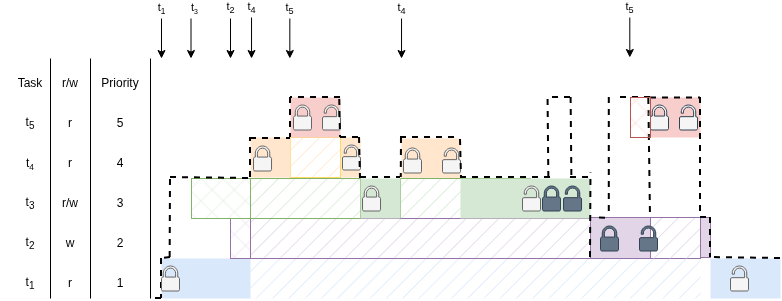
Above: rw.png in perlindgren/rw-rtic (draw.io), before the change. Source tidied: cells renumbered, new cells last; positions are measured from the earlier drawing's top-left corner, leaving out a move shared by most shapes.
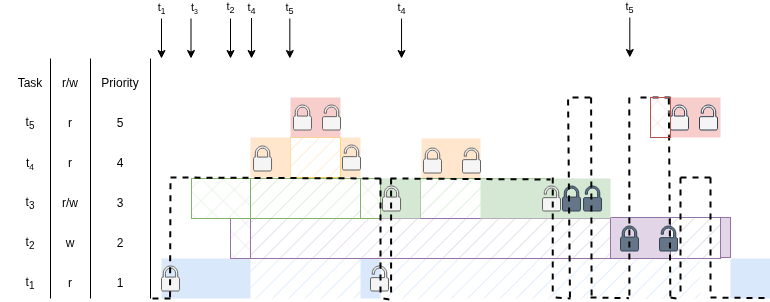
Above is the later version.

Change to the diagram source:
```diff
@@ -5,3 +5,3 @@
     <mxCell id="2" style="rounded=0;whiteSpace=wrap;html=1;fillColor=#e1d5e7;strokeColor=#9673a6;fillStyle=hatch;" parent="1" vertex="1">
-      <mxGeometry x="650" y="200" width="50" height="41" as="geometry" />
+      <mxGeometry x="670" y="200" width="50" height="41" as="geometry" />
     </mxCell>
@@ -17,9 +17,9 @@
     <mxCell id="6" style="rounded=0;whiteSpace=wrap;html=1;fillColor=#dae8fc;strokeColor=none;" parent="1" vertex="1">
-      <mxGeometry x="710" y="241" width="70" height="40" as="geometry" />
+      <mxGeometry x="360" y="241" width="20" height="40" as="geometry" />
     </mxCell>
     <mxCell id="7" style="rounded=0;whiteSpace=wrap;html=1;fillColor=#ffe6cc;strokeColor=none;" parent="1" vertex="1">
-      <mxGeometry x="401" y="121" width="59" height="40" as="geometry" />
+      <mxGeometry x="421" y="121" width="59" height="40" as="geometry" />
     </mxCell>
     <mxCell id="8" style="rounded=0;whiteSpace=wrap;html=1;fillColor=#d5e8d4;strokeColor=#82b366;fillStyle=hatch;" parent="1" vertex="1">
-      <mxGeometry x="400" y="161" width="130" height="40" as="geometry" />
+      <mxGeometry x="420" y="161" width="130" height="40" as="geometry" />
     </mxCell>
@@ -50,6 +50,6 @@
     <mxCell id="15" style="rounded=0;whiteSpace=wrap;html=1;fillColor=#e1d5e7;strokeColor=#9673a6;fillStyle=hatch;" parent="1" vertex="1">
-      <mxGeometry x="250" y="201" width="340" height="40" as="geometry" />
+      <mxGeometry x="250" y="201" width="360" height="40" as="geometry" />
     </mxCell>
     <mxCell id="16" style="rounded=0;whiteSpace=wrap;html=1;fillColor=#e1d5e7;strokeColor=#9673a6;" parent="1" vertex="1">
-      <mxGeometry x="590" y="200" width="60" height="41" as="geometry" />
+      <mxGeometry x="610" y="200" width="60" height="41" as="geometry" />
     </mxCell>
@@ -178,10 +178,5 @@
     </mxCell>
-    <mxCell id="47" style="endArrow=none;html=1;rounded=0;exitX=0.333;exitY=0;exitDx=0;exitDy=0;exitPerimeter=0;strokeWidth=2;dashed=1;" parent="1" edge="1">
-      <mxGeometry relative="1" as="geometry">
-        <mxPoint x="169.7" y="240" as="sourcePoint" />
-        <mxPoint x="170" y="160" as="targetPoint" />
-      </mxGeometry>
-    </mxCell>
-    <mxCell id="48" style="endArrow=none;html=1;rounded=0;exitX=0;exitY=1;exitDx=0;exitDy=0;strokeWidth=2;dashed=1;" parent="1" edge="1" source="10">
+    <mxCell id="48" style="endArrow=none;html=1;rounded=0;strokeWidth=2;dashed=1;" parent="1" edge="1">
       <mxGeometry relative="1" as="geometry">
+        <mxPoint x="170" y="281" as="sourcePoint" />
         <mxPoint x="151" y="281" as="targetPoint" />
@@ -189,12 +184,2 @@
     </mxCell>
-    <mxCell id="49" style="endArrow=none;html=1;rounded=0;exitX=0;exitY=0;exitDx=0;exitDy=0;strokeWidth=2;dashed=1;" parent="1" edge="1" source="10">
-      <mxGeometry relative="1" as="geometry">
-        <mxPoint x="161" y="281" as="targetPoint" />
-      </mxGeometry>
-    </mxCell>
-    <mxCell id="50" style="endArrow=none;html=1;rounded=0;strokeWidth=2;dashed=1;entryX=0;entryY=0;entryDx=0;entryDy=0;" parent="1" edge="1" target="10">
-      <mxGeometry relative="1" as="geometry">
-        <mxPoint x="170" y="240" as="sourcePoint" />
-      </mxGeometry>
-    </mxCell>
     <mxCell id="51" style="sketch=0;shadow=0;dashed=0;html=1;strokeColor=#666666;labelPosition=center;verticalLabelPosition=bottom;verticalAlign=top;align=center;shape=mxgraph.office.security.lock_protected;fillColor=#f5f5f5;fontColor=#333333;strokeWidth=1;" parent="1" vertex="1">
@@ -223,6 +208,6 @@
     <mxCell id="57" style="rounded=0;whiteSpace=wrap;html=1;fillColor=#d5e8d4;strokeColor=none;fillStyle=solid;" parent="1" vertex="1">
-      <mxGeometry x="360" y="161" width="40" height="40" as="geometry" />
+      <mxGeometry x="380" y="161" width="40" height="40" as="geometry" />
     </mxCell>
     <mxCell id="58" style="sketch=0;shadow=0;dashed=0;html=1;strokeColor=#666666;labelPosition=center;verticalLabelPosition=bottom;verticalAlign=top;align=center;shape=mxgraph.office.security.lock_protected;fillColor=#f5f5f5;fontColor=#333333;strokeWidth=1;" parent="1" vertex="1">
-      <mxGeometry x="362" y="168.5" width="18" height="25" as="geometry" />
+      <mxGeometry x="382" y="168.5" width="18" height="25" as="geometry" />
     </mxCell>
@@ -235,80 +220,24 @@
     <mxCell id="61" style="rounded=0;whiteSpace=wrap;html=1;fillColor=#d5e8d4;strokeColor=none;fillStyle=solid;" parent="1" vertex="1">
-      <mxGeometry x="460" y="161" width="130" height="40" as="geometry" />
+      <mxGeometry x="480" y="161" width="130" height="40" as="geometry" />
     </mxCell>
     <mxCell id="62" style="sketch=0;shadow=0;dashed=0;html=1;strokeColor=#314354;labelPosition=center;verticalLabelPosition=bottom;verticalAlign=top;align=center;shape=mxgraph.office.security.lock_protected;fillColor=#647687;fontColor=#ffffff;" parent="1" vertex="1">
-      <mxGeometry x="542" y="168.5" width="18" height="25" as="geometry" />
+      <mxGeometry x="562" y="168.5" width="18" height="25" as="geometry" />
     </mxCell>
     <mxCell id="63" style="sketch=0;shadow=0;dashed=0;html=1;strokeColor=#314354;labelPosition=center;verticalLabelPosition=bottom;verticalAlign=top;align=center;shape=mxgraph.office.security.lock_unprotected;fillColor=#647687;fontColor=#ffffff;" parent="1" vertex="1">
-      <mxGeometry x="639" y="208.5" width="18" height="25" as="geometry" />
+      <mxGeometry x="659" y="208.5" width="18" height="25" as="geometry" />
     </mxCell>
     <mxCell id="64" style="sketch=0;shadow=0;dashed=0;html=1;strokeColor=#314354;labelPosition=center;verticalLabelPosition=bottom;verticalAlign=top;align=center;shape=mxgraph.office.security.lock_protected;fillColor=#647687;fontColor=#ffffff;" parent="1" vertex="1">
-      <mxGeometry x="600" y="208.5" width="18" height="25" as="geometry" />
+      <mxGeometry x="620" y="208.5" width="18" height="25" as="geometry" />
     </mxCell>
-    <mxCell id="65" style="endArrow=none;html=1;rounded=0;strokeWidth=2;dashed=1;entryX=0;entryY=0;entryDx=0;entryDy=0;" parent="1" edge="1">
-      <mxGeometry relative="1" as="geometry">
-        <mxPoint x="401" y="120" as="sourcePoint" />
-        <mxPoint x="400.8" y="160" as="targetPoint" />
-      </mxGeometry>
-    </mxCell>
     <mxCell id="66" style="sketch=0;shadow=0;dashed=0;html=1;strokeColor=#666666;labelPosition=center;verticalLabelPosition=bottom;verticalAlign=top;align=center;shape=mxgraph.office.security.lock_unprotected;fillColor=#f5f5f5;fontColor=#333333;strokeWidth=1;" parent="1" vertex="1">
-      <mxGeometry x="442" y="130.5" width="18" height="25" as="geometry" />
+      <mxGeometry x="462" y="130.5" width="18" height="25" as="geometry" />
     </mxCell>
     <mxCell id="67" style="sketch=0;shadow=0;dashed=0;html=1;strokeColor=#666666;labelPosition=center;verticalLabelPosition=bottom;verticalAlign=top;align=center;shape=mxgraph.office.security.lock_protected;fillColor=#f5f5f5;fontColor=#333333;strokeWidth=1;" parent="1" vertex="1">
-      <mxGeometry x="403" y="130.5" width="18" height="25" as="geometry" />
+      <mxGeometry x="423" y="130.5" width="18" height="25" as="geometry" />
     </mxCell>
-    <mxCell id="68" style="endArrow=none;html=1;rounded=0;strokeWidth=2;dashed=1;" parent="1" edge="1">
-      <mxGeometry relative="1" as="geometry">
-        <mxPoint x="250" y="160" as="sourcePoint" />
-        <mxPoint x="250" y="120" as="targetPoint" />
-      </mxGeometry>
-    </mxCell>
-    <mxCell id="69" style="endArrow=none;html=1;rounded=0;strokeWidth=2;dashed=1;" parent="1" edge="1">
-      <mxGeometry relative="1" as="geometry">
-        <mxPoint x="250" y="121" as="sourcePoint" />
-        <mxPoint x="290" y="121" as="targetPoint" />
-      </mxGeometry>
-    </mxCell>
-    <mxCell id="70" style="endArrow=none;html=1;rounded=0;strokeWidth=2;dashed=1;" parent="1" edge="1">
-      <mxGeometry relative="1" as="geometry">
-        <mxPoint x="400" y="120" as="sourcePoint" />
-        <mxPoint x="460" y="120" as="targetPoint" />
-      </mxGeometry>
-    </mxCell>
-    <mxCell id="71" style="endArrow=none;html=1;rounded=0;strokeWidth=2;dashed=1;exitX=1;exitY=0;exitDx=0;exitDy=0;entryX=0;entryY=0;entryDx=0;entryDy=0;" parent="1" edge="1" source="14" target="14">
-      <mxGeometry relative="1" as="geometry" />
-    </mxCell>
-    <mxCell id="72" style="endArrow=none;html=1;rounded=0;strokeWidth=2;dashed=1;" parent="1" edge="1">
-      <mxGeometry relative="1" as="geometry">
-        <mxPoint x="460" y="160" as="sourcePoint" />
-        <mxPoint x="550" y="160" as="targetPoint" />
-      </mxGeometry>
-    </mxCell>
-    <mxCell id="73" style="endArrow=none;html=1;rounded=0;strokeWidth=2;dashed=1;entryX=0;entryY=0;entryDx=0;entryDy=0;" parent="1" edge="1" target="4">
-      <mxGeometry relative="1" as="geometry">
-        <mxPoint x="339.2" y="82" as="sourcePoint" />
-      </mxGeometry>
-    </mxCell>
     <mxCell id="74" style="sketch=0;shadow=0;dashed=0;html=1;strokeColor=#666666;labelPosition=center;verticalLabelPosition=bottom;verticalAlign=top;align=center;shape=mxgraph.office.security.lock_unprotected;fillColor=#f5f5f5;fontColor=#333333;strokeWidth=1;" parent="1" vertex="1">
-      <mxGeometry x="522" y="168.5" width="18" height="25" as="geometry" />
+      <mxGeometry x="542" y="168.5" width="18" height="25" as="geometry" />
     </mxCell>
-    <mxCell id="75" style="endArrow=none;html=1;rounded=0;strokeWidth=2;dashed=1;" parent="1" edge="1">
-      <mxGeometry relative="1" as="geometry">
-        <mxPoint x="460" y="122" as="sourcePoint" />
-        <mxPoint x="461" y="160" as="targetPoint" />
-      </mxGeometry>
-    </mxCell>
-    <mxCell id="76" style="endArrow=none;html=1;rounded=0;strokeWidth=2;dashed=1;exitX=0;exitY=0;exitDx=0;exitDy=0;" parent="1" edge="1">
-      <mxGeometry relative="1" as="geometry">
-        <mxPoint x="599" y="200.5" as="sourcePoint" />
-        <mxPoint x="610" y="201" as="targetPoint" />
-      </mxGeometry>
-    </mxCell>
-    <mxCell id="77" style="endArrow=none;html=1;rounded=0;strokeWidth=2;dashed=1;entryX=1;entryY=0;entryDx=0;entryDy=0;" parent="1" edge="1">
-      <mxGeometry relative="1" as="geometry">
-        <mxPoint x="590" y="240" as="sourcePoint" />
-        <mxPoint x="590.5" y="155.5" as="targetPoint" />
-      </mxGeometry>
-    </mxCell>
     <mxCell id="78" style="sketch=0;shadow=0;dashed=0;html=1;strokeColor=#666666;labelPosition=center;verticalLabelPosition=bottom;verticalAlign=top;align=center;shape=mxgraph.office.security.lock_unprotected;fillColor=#f5f5f5;fontColor=#333333;strokeWidth=1;" parent="1" vertex="1">
-      <mxGeometry x="730" y="248.5" width="18" height="25" as="geometry" />
+      <mxGeometry x="370" y="248.5" width="18" height="25" as="geometry" />
     </mxCell>
@@ -318,8 +247,7 @@
     <mxCell id="80" style="sketch=0;shadow=0;dashed=0;html=1;strokeColor=#314354;labelPosition=center;verticalLabelPosition=bottom;verticalAlign=top;align=center;shape=mxgraph.office.security.lock_unprotected;fillColor=#647687;fontColor=#ffffff;" parent="1" vertex="1">
-      <mxGeometry x="563" y="168.5" width="18" height="25" as="geometry" />
+      <mxGeometry x="583" y="168.5" width="18" height="25" as="geometry" />
     </mxCell>
-    <mxCell id="81" style="endArrow=none;html=1;rounded=0;strokeWidth=2;dashed=1;entryX=0;entryY=0;entryDx=0;entryDy=0;" parent="1" edge="1">
+    <mxCell id="81" style="endArrow=none;html=1;rounded=0;strokeWidth=2;dashed=1;entryX=0.71;entryY=1.033;entryDx=0;entryDy=0;entryPerimeter=0;" parent="1" edge="1" target="3">
       <mxGeometry relative="1" as="geometry">
-        <mxPoint x="547.6" y="82" as="sourcePoint" />
-        <mxPoint x="548.4" y="161" as="targetPoint" />
+        <mxPoint x="567.6" y="82" as="sourcePoint" />
       </mxGeometry>
@@ -328,22 +256,14 @@
       <mxGeometry relative="1" as="geometry">
-        <mxPoint x="570" y="80" as="sourcePoint" />
-        <mxPoint x="546" y="80" as="targetPoint" />
+        <mxPoint x="590" y="80" as="sourcePoint" />
+        <mxPoint x="566" y="80" as="targetPoint" />
       </mxGeometry>
     </mxCell>
-    <mxCell id="83" style="endArrow=none;html=1;rounded=0;strokeWidth=2;dashed=1;entryX=0;entryY=0;entryDx=0;entryDy=0;" parent="1" edge="1">
+    <mxCell id="83" style="endArrow=none;html=1;rounded=0;strokeWidth=2;dashed=1;entryX=0.758;entryY=0.965;entryDx=0;entryDy=0;entryPerimeter=0;" parent="1" edge="1" target="3">
       <mxGeometry relative="1" as="geometry">
-        <mxPoint x="570.6" y="80" as="sourcePoint" />
-        <mxPoint x="571.4" y="159" as="targetPoint" />
+        <mxPoint x="590.6" y="80" as="sourcePoint" />
       </mxGeometry>
     </mxCell>
-    <mxCell id="84" style="endArrow=none;html=1;rounded=0;strokeWidth=2;dashed=1;" parent="1" edge="1">
-      <mxGeometry relative="1" as="geometry">
-        <mxPoint x="570" y="160" as="sourcePoint" />
-        <mxPoint x="590" y="160" as="targetPoint" />
-      </mxGeometry>
-    </mxCell>
-    <mxCell id="85" style="endArrow=none;html=1;rounded=0;strokeWidth=2;dashed=1;" parent="1" edge="1">
+    <mxCell id="85" style="endArrow=none;html=1;rounded=0;strokeWidth=2;dashed=1;entryX=0.842;entryY=0.973;entryDx=0;entryDy=0;entryPerimeter=0;" parent="1" edge="1" target="3">
       <mxGeometry relative="1" as="geometry">
-        <mxPoint x="608.8" y="80" as="sourcePoint" />
-        <mxPoint x="608.8" y="200" as="targetPoint" />
+        <mxPoint x="628.8" y="80" as="sourcePoint" />
       </mxGeometry>
@@ -352,4 +272,4 @@
       <mxGeometry relative="1" as="geometry">
-        <mxPoint x="650" y="80" as="sourcePoint" />
-        <mxPoint x="618" y="80" as="targetPoint" />
+        <mxPoint x="670" y="80" as="sourcePoint" />
+        <mxPoint x="638" y="80" as="targetPoint" />
       </mxGeometry>
@@ -367,11 +287,11 @@
     </mxCell>
-    <mxCell id="89" style="endArrow=none;html=1;rounded=0;strokeWidth=2;dashed=1;exitX=1;exitY=0;exitDx=0;exitDy=0;" parent="1" edge="1" source="6">
+    <mxCell id="89" style="endArrow=none;html=1;rounded=0;strokeWidth=2;dashed=1;exitX=1;exitY=0;exitDx=0;exitDy=0;" parent="1" edge="1">
       <mxGeometry relative="1" as="geometry">
-        <mxPoint x="710" y="240" as="targetPoint" />
+        <mxPoint x="383" y="281" as="sourcePoint" />
+        <mxPoint x="389" y="282" as="targetPoint" />
       </mxGeometry>
     </mxCell>
-    <mxCell id="90" style="endArrow=none;html=1;rounded=0;strokeWidth=2;dashed=1;" parent="1" edge="1">
+    <mxCell id="90" style="endArrow=none;html=1;rounded=0;strokeWidth=2;dashed=1;entryX=0.933;entryY=0.973;entryDx=0;entryDy=0;entryPerimeter=0;" parent="1" edge="1" target="3">
       <mxGeometry relative="1" as="geometry">
-        <mxPoint x="648.3" y="81" as="sourcePoint" />
-        <mxPoint x="650" y="200" as="targetPoint" />
+        <mxPoint x="668.3" y="81" as="sourcePoint" />
       </mxGeometry>
@@ -380,4 +300,4 @@
       <mxGeometry relative="1" as="geometry">
-        <mxPoint x="650" y="200" as="sourcePoint" />
-        <mxPoint x="650" y="200" as="targetPoint" />
+        <mxPoint x="670" y="200" as="sourcePoint" />
+        <mxPoint x="670" y="200" as="targetPoint" />
       </mxGeometry>
@@ -385,12 +305,12 @@
     <mxCell id="92" style="rounded=0;whiteSpace=wrap;html=1;fillColor=#f8cecc;strokeColor=none;" parent="1" vertex="1">
-      <mxGeometry x="650" y="80" width="50" height="40" as="geometry" />
+      <mxGeometry x="670" y="80" width="50" height="40" as="geometry" />
     </mxCell>
     <mxCell id="93" style="sketch=0;shadow=0;dashed=0;html=1;strokeColor=#314354;labelPosition=center;verticalLabelPosition=bottom;verticalAlign=top;align=center;shape=mxgraph.office.security.lock_unprotected;fillColor=#F5F5F5;fontColor=#ffffff;" parent="1" vertex="1">
-      <mxGeometry x="679" y="87.5" width="18" height="25" as="geometry" />
+      <mxGeometry x="699" y="87.5" width="18" height="25" as="geometry" />
     </mxCell>
     <mxCell id="94" style="sketch=0;shadow=0;dashed=0;html=1;strokeColor=#314354;labelPosition=center;verticalLabelPosition=bottom;verticalAlign=top;align=center;shape=mxgraph.office.security.lock_protected;fillColor=#F5F5F5;fontColor=#ffffff;" parent="1" vertex="1">
-      <mxGeometry x="650" y="87.5" width="18" height="25" as="geometry" />
+      <mxGeometry x="670" y="87.5" width="18" height="25" as="geometry" />
     </mxCell>
     <mxCell id="95" style="rounded=0;whiteSpace=wrap;html=1;fillColor=#e1d5e7;strokeColor=#9673a6;" parent="1" vertex="1">
-      <mxGeometry x="700" y="200" width="10" height="40" as="geometry" />
+      <mxGeometry x="720" y="200" width="10" height="40" as="geometry" />
     </mxCell>
@@ -398,51 +318,82 @@
       <mxGeometry relative="1" as="geometry">
-        <mxPoint x="650" y="80.4" as="sourcePoint" />
-        <mxPoint x="700" y="80.4" as="targetPoint" />
+        <mxPoint x="680" y="160" as="sourcePoint" />
+        <mxPoint x="710" y="160" as="targetPoint" />
       </mxGeometry>
     </mxCell>
-    <mxCell id="97" style="endArrow=none;html=1;rounded=0;strokeWidth=2;dashed=1;exitX=1;exitY=0;exitDx=0;exitDy=0;" parent="1" edge="1" source="92">
+    <mxCell id="97" style="endArrow=none;html=1;rounded=0;strokeWidth=2;dashed=1;exitX=1;exitY=0;exitDx=0;exitDy=0;" parent="1" edge="1">
       <mxGeometry relative="1" as="geometry">
-        <mxPoint x="700" y="200" as="targetPoint" />
+        <mxPoint x="710" y="160" as="sourcePoint" />
+        <mxPoint x="710" y="280" as="targetPoint" />
       </mxGeometry>
     </mxCell>
-    <mxCell id="98" style="endArrow=none;html=1;rounded=0;strokeWidth=2;dashed=1;entryX=1;entryY=0;entryDx=0;entryDy=0;" parent="1" edge="1" target="95">
-      <mxGeometry relative="1" as="geometry">
-        <mxPoint x="700" y="200" as="sourcePoint" />
-      </mxGeometry>
-    </mxCell>
-    <mxCell id="99" style="endArrow=none;html=1;rounded=0;strokeWidth=2;dashed=1;" parent="1" edge="1">
-      <mxGeometry relative="1" as="geometry">
-        <mxPoint x="710" y="200" as="sourcePoint" />
-        <mxPoint x="710" y="240" as="targetPoint" />
-      </mxGeometry>
-    </mxCell>
     <mxCell id="100" style="rounded=0;whiteSpace=wrap;html=1;fillColor=#f8cecc;strokeColor=#b85450;fillStyle=cross-hatch;" parent="1" vertex="1">
-      <mxGeometry x="630" y="80" width="20" height="40" as="geometry" />
+      <mxGeometry x="650" y="80" width="20" height="40" as="geometry" />
     </mxCell>
+    <mxCell id="47" style="endArrow=none;html=1;rounded=0;exitX=0.096;exitY=0.971;exitDx=0;exitDy=0;exitPerimeter=0;strokeWidth=2;dashed=1;" parent="1" edge="1" source="10">
+      <mxGeometry relative="1" as="geometry">
+        <mxPoint x="170" y="160" as="targetPoint" />
+      </mxGeometry>
+    </mxCell>
+    <mxCell id="106" style="rounded=0;whiteSpace=wrap;html=1;fillColor=#dae8fc;strokeColor=none;" parent="1" vertex="1">
+      <mxGeometry x="730" y="241" width="40" height="40" as="geometry" />
+    </mxCell>
+    <mxCell id="107" style="rounded=0;whiteSpace=wrap;html=1;fillColor=#d5e8d4;strokeColor=#82b366;fillStyle=cross-hatch;" parent="1" vertex="1">
+      <mxGeometry x="360" y="161" width="20" height="40" as="geometry" />
+    </mxCell>
+    <mxCell id="108" style="endArrow=none;html=1;rounded=0;strokeWidth=2;dashed=1;entryX=1;entryY=1;entryDx=0;entryDy=0;" parent="1" edge="1" target="6">
+      <mxGeometry relative="1" as="geometry">
+        <mxPoint x="380" y="161" as="sourcePoint" />
+      </mxGeometry>
+    </mxCell>
+    <mxCell id="109" style="endArrow=none;html=1;rounded=0;strokeWidth=2;dashed=1;entryX=1;entryY=1;entryDx=0;entryDy=0;" parent="1" edge="1">
+      <mxGeometry relative="1" as="geometry">
+        <mxPoint x="390.6" y="161" as="sourcePoint" />
+        <mxPoint x="390.6" y="281" as="targetPoint" />
+      </mxGeometry>
+    </mxCell>
-    <mxCell id="101" style="endArrow=none;html=1;rounded=0;strokeWidth=2;dashed=1;" parent="1" edge="1">
+    <mxCell id="101" style="endArrow=none;html=1;rounded=0;strokeWidth=2;dashed=1;entryX=1;entryY=0;entryDx=0;entryDy=0;" parent="1" edge="1" target="107">
       <mxGeometry relative="1" as="geometry">
         <mxPoint x="170" y="160" as="sourcePoint" />
-        <mxPoint x="250" y="161" as="targetPoint" />
       </mxGeometry>
     </mxCell>
-    <mxCell id="102" style="endArrow=none;html=1;rounded=0;strokeWidth=2;dashed=1;entryX=1;entryY=0;entryDx=0;entryDy=0;exitX=0;exitY=0;exitDx=0;exitDy=0;" parent="1" edge="1" source="14" target="12">
-      <mxGeometry relative="1" as="geometry" />
-    </mxCell>
-    <mxCell id="103" style="endArrow=none;html=1;rounded=0;strokeWidth=2;dashed=1;" parent="1" edge="1">
-      <mxGeometry relative="1" as="geometry">
-        <mxPoint x="340" y="120" as="sourcePoint" />
-        <mxPoint x="360" y="120" as="targetPoint" />
-      </mxGeometry>
-    </mxCell>
-    <mxCell id="104" style="endArrow=none;html=1;rounded=0;strokeWidth=2;dashed=1;entryX=1;entryY=0;entryDx=0;entryDy=0;" parent="1" edge="1" target="56">
-      <mxGeometry relative="1" as="geometry">
-        <mxPoint x="359" y="120" as="sourcePoint" />
-      </mxGeometry>
-    </mxCell>
-    <mxCell id="105" style="endArrow=none;html=1;rounded=0;strokeWidth=2;dashed=1;" parent="1" edge="1">
-      <mxGeometry relative="1" as="geometry">
-        <mxPoint x="360" y="160" as="sourcePoint" />
-        <mxPoint x="400" y="160" as="targetPoint" />
-      </mxGeometry>
-    </mxCell>
+    <mxCell id="110" style="endArrow=none;html=1;rounded=0;strokeWidth=2;dashed=1;" parent="1" edge="1">
+      <mxGeometry relative="1" as="geometry">
+        <mxPoint x="390" y="161" as="sourcePoint" />
+        <mxPoint x="550" y="162" as="targetPoint" />
+      </mxGeometry>
+    </mxCell>
+    <mxCell id="111" style="endArrow=none;html=1;rounded=0;strokeWidth=2;dashed=1;exitX=1;exitY=0;exitDx=0;exitDy=0;" parent="1" edge="1">
+      <mxGeometry relative="1" as="geometry">
+        <mxPoint x="555.2" y="280" as="sourcePoint" />
+        <mxPoint x="570" y="281" as="targetPoint" />
+      </mxGeometry>
+    </mxCell>
+    <mxCell id="112" style="endArrow=none;html=1;rounded=0;strokeWidth=2;dashed=1;entryX=1;entryY=1;entryDx=0;entryDy=0;" parent="1" edge="1">
+      <mxGeometry relative="1" as="geometry">
+        <mxPoint x="552.2" y="160" as="sourcePoint" />
+        <mxPoint x="552.2" y="280" as="targetPoint" />
+      </mxGeometry>
+    </mxCell>
+    <mxCell id="113" style="endArrow=none;html=1;rounded=0;strokeWidth=2;dashed=1;exitX=1;exitY=0;exitDx=0;exitDy=0;entryX=0.841;entryY=0.991;entryDx=0;entryDy=0;entryPerimeter=0;" parent="1" edge="1" target="3">
+      <mxGeometry relative="1" as="geometry">
+        <mxPoint x="590" y="280" as="sourcePoint" />
+      </mxGeometry>
+    </mxCell>
+    <mxCell id="114" style="endArrow=none;html=1;rounded=0;strokeWidth=2;dashed=1;exitX=1;exitY=0;exitDx=0;exitDy=0;" parent="1" edge="1">
+      <mxGeometry relative="1" as="geometry">
+        <mxPoint x="680" y="160" as="sourcePoint" />
+        <mxPoint x="680" y="280" as="targetPoint" />
+      </mxGeometry>
+    </mxCell>
+    <mxCell id="115" style="endArrow=none;html=1;rounded=0;strokeWidth=2;dashed=1;exitX=1;exitY=0;exitDx=0;exitDy=0;" parent="1" edge="1">
+      <mxGeometry relative="1" as="geometry">
+        <mxPoint x="670" y="280" as="sourcePoint" />
+        <mxPoint x="676" y="281" as="targetPoint" />
+      </mxGeometry>
+    </mxCell>
+    <mxCell id="116" style="endArrow=none;html=1;rounded=0;strokeWidth=2;dashed=1;exitX=1;exitY=0;exitDx=0;exitDy=0;entryX=0.891;entryY=0.991;entryDx=0;entryDy=0;entryPerimeter=0;" parent="1" edge="1" target="106">
+      <mxGeometry relative="1" as="geometry">
+        <mxPoint x="710" y="280" as="sourcePoint" />
+      </mxGeometry>
+    </mxCell>
   </root>
```
